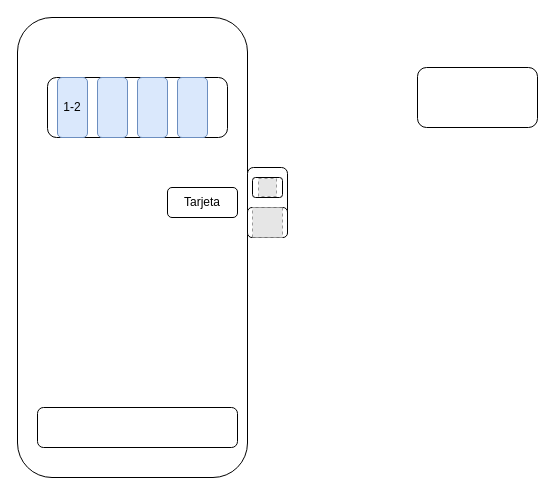
Earlier version of the draw.io diagram page "Página-2" (2 of 2) of Diagrama sin título.drawio (santiagovb/Diagramas). Source tidied: cells renumbered, new cells numbered last; positions are measured from the earlier drawing's top-left corner, leaving out a move shared by most shapes. Both pictures are drawn from the tidied source at 100%, with x=0, y=0 at pixel (17, 17). Pictures stored in the file or linked from it are replaced by grey dashed boxes.
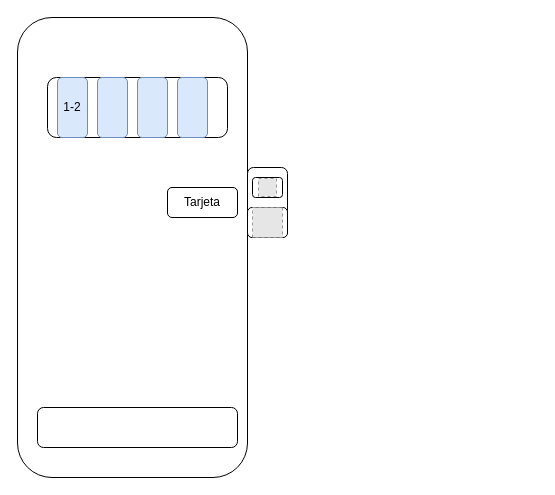
Above is the later version.

Diff of the diagram source:
```diff
@@
 <mxGraphModel>
   <root>
     <mxCell id="0" />
     <mxCell id="1" parent="0" />
     <mxCell id="2" style="rounded=1;whiteSpace=wrap;html=1;" parent="1" vertex="1">
       <mxGeometry width="230" height="460" as="geometry" />
     </mxCell>
     <mxCell id="3" style="rounded=1;whiteSpace=wrap;html=1;" parent="1" vertex="1">
       <mxGeometry x="30" y="60" width="180" height="60" as="geometry" />
     </mxCell>
     <mxCell id="4" value="1-2" style="rounded=1;whiteSpace=wrap;html=1;fillColor=#dae8fc;strokeColor=#6c8ebf;" parent="1" vertex="1">
       <mxGeometry x="40" y="60" width="30" height="60" as="geometry" />
     </mxCell>
     <mxCell id="5" style="rounded=1;whiteSpace=wrap;html=1;fillColor=#dae8fc;strokeColor=#6c8ebf;" parent="1" vertex="1">
       <mxGeometry x="80" y="60" width="30" height="60" as="geometry" />
     </mxCell>
     <mxCell id="6" style="rounded=1;whiteSpace=wrap;html=1;fillColor=#dae8fc;strokeColor=#6c8ebf;" parent="1" vertex="1">
       <mxGeometry x="120" y="60" width="30" height="60" as="geometry" />
     </mxCell>
     <mxCell id="7" style="rounded=1;whiteSpace=wrap;html=1;fillColor=#dae8fc;strokeColor=#6c8ebf;" parent="1" vertex="1">
       <mxGeometry x="160" y="60" width="30" height="60" as="geometry" />
     </mxCell>
     <mxCell id="8" style="rounded=1;whiteSpace=wrap;html=1;" parent="1" vertex="1">
       <mxGeometry x="230" y="150" width="40" height="70" as="geometry" />
     </mxCell>
     <mxCell id="9" value="Tarjeta" style="rounded=1;whiteSpace=wrap;html=1;" parent="1" vertex="1">
       <mxGeometry x="150" y="170" width="70" height="30" as="geometry" />
     </mxCell>
     <mxCell id="10" style="rounded=1;whiteSpace=wrap;html=1;" parent="1" vertex="1">
       <mxGeometry x="20" y="390" width="200" height="40" as="geometry" />
     </mxCell>
     <mxCell id="11" style="rounded=1;whiteSpace=wrap;html=1;" parent="1" vertex="1">
       <mxGeometry x="235" y="160" width="30" height="20" as="geometry" />
     </mxCell>
     <mxCell id="12" style="fillColor=#E6E6E6;strokeColor=#999999;dashed=1;html=1;verticalAlign=top;verticalLabelPosition=bottom;labelBackgroundColor=#ffffff;" parent="1" vertex="1">
       <mxGeometry x="241" y="161" width="18" height="18" as="geometry" />
     </mxCell>
     <mxCell id="13" style="rounded=1;whiteSpace=wrap;html=1;" parent="1" vertex="1">
       <mxGeometry x="230" y="190" width="40" height="30" as="geometry" />
     </mxCell>
     <mxCell id="14" style="fillColor=#E6E6E6;strokeColor=#999999;dashed=1;html=1;verticalAlign=top;verticalLabelPosition=bottom;labelBackgroundColor=#ffffff;" parent="1" vertex="1">
       <mxGeometry x="235" y="190" width="30" height="30" as="geometry" />
     </mxCell>
-    <mxCell id="15" style="rounded=1;whiteSpace=wrap;html=1;" parent="1" vertex="1">
-      <mxGeometry x="400" y="50" width="120" height="60" as="geometry" />
-    </mxCell>
   </root>
 </mxGraphModel>
```
